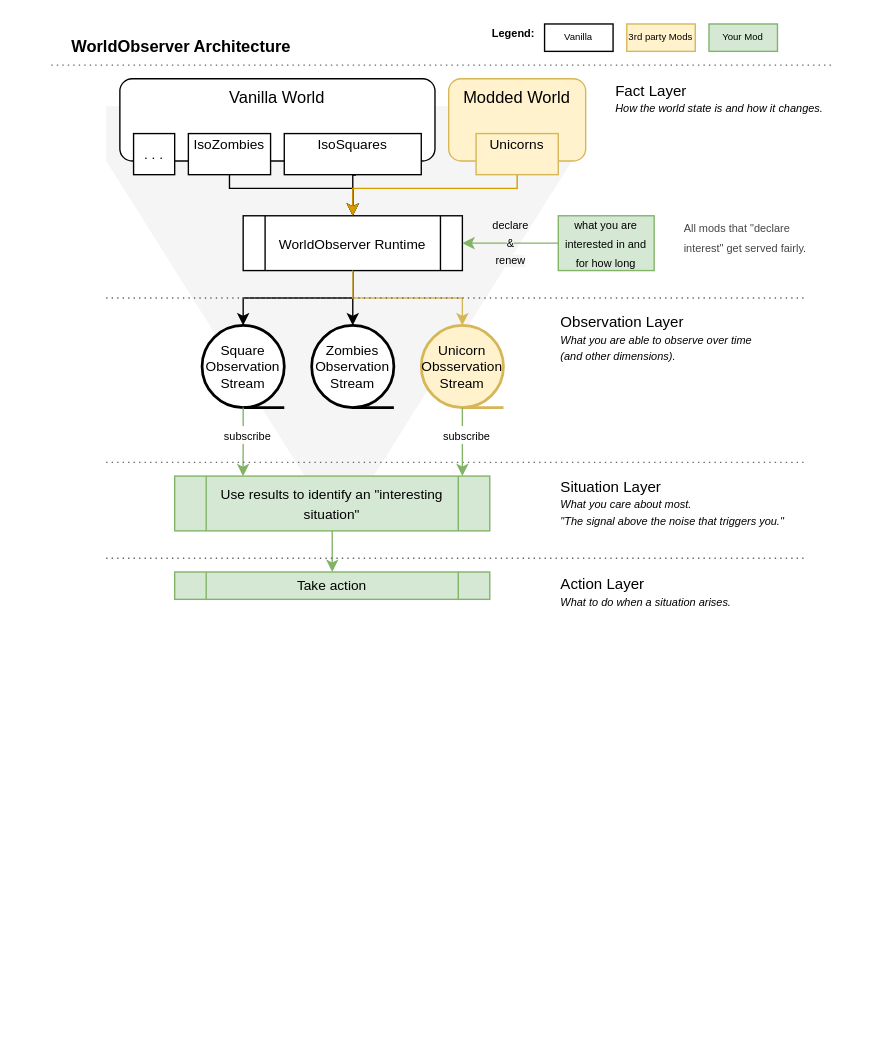
Above: docs/diagrams/architecture_simple.drawio in christophstrasen/WorldObserver (draw.io), before the change. Source tidied: cells renumbered, new cells numbered last; positions are measured from the earlier drawing's top-left corner, leaving out a move shared by most shapes. Both pictures are drawn from the tidied source at 137%, with x=0, y=0 at pixel (51, 23).
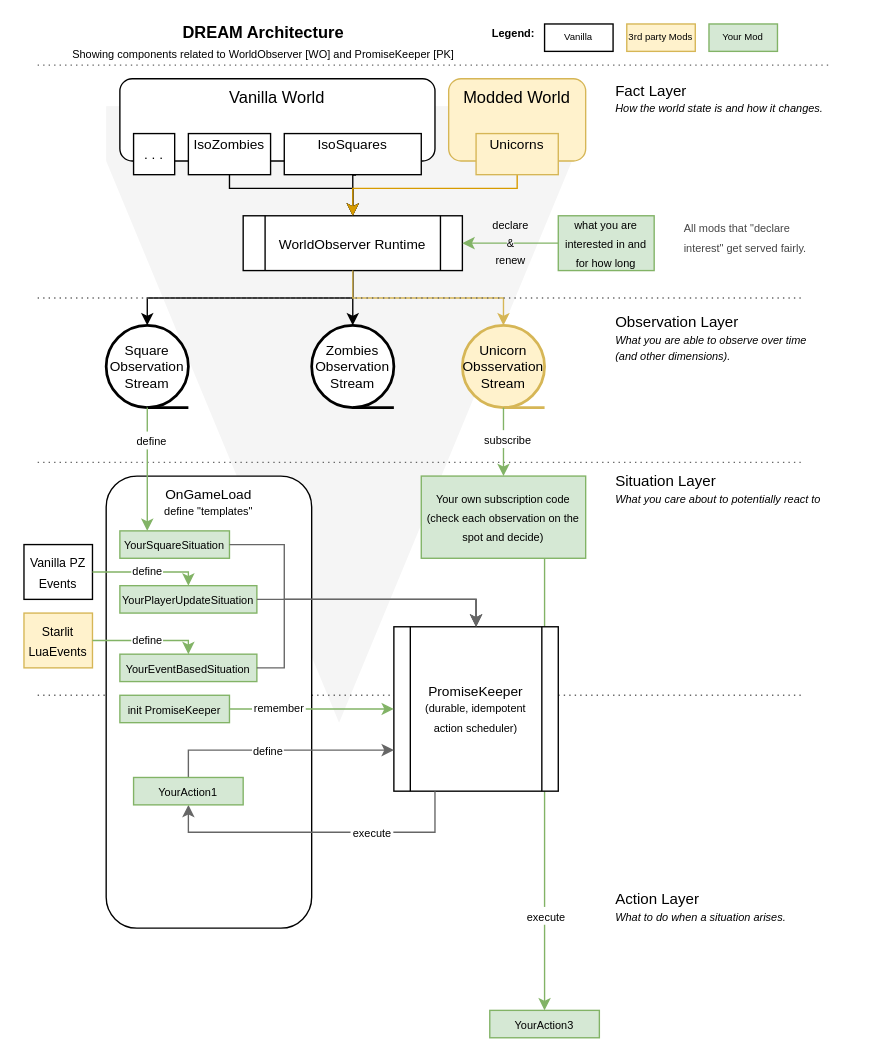
Above is the later version.

Unchanged cells that the change refers to:
```xml
<mxCell id="13" value="&lt;div style=&quot;line-height: 100%;&quot;&gt;&lt;div&gt;&lt;span style=&quot;background-color: transparent; color: light-dark(rgb(0, 0, 0), rgb(255, 255, 255));&quot;&gt;&lt;font style=&quot;font-size: 10px; line-height: 100%;&quot;&gt;WorldObserver Runtime&lt;/font&gt;&lt;/span&gt;&lt;/div&gt;&lt;/div&gt;" style="shape=process;whiteSpace=wrap;html=1;backgroundOutline=1;" parent="1" vertex="1">
  <mxGeometry x="140" y="140" width="160" height="40" as="geometry" />
</mxCell>
```

Change to the diagram source:
```diff
@@
     <mxCell id="3" style="shape=trapezoid;perimeter=trapezoidPerimeter;whiteSpace=wrap;html=1;fixedSize=1;rotation=-180;fillColor=#f5f5f5;fontColor=#333333;strokeColor=none;size=200;" parent="1" vertex="1">
-      <mxGeometry x="40" y="100" width="340" height="270" as="geometry" />
+      <mxGeometry x="40" y="100" width="340" height="410" as="geometry" />
     </mxCell>
-    <mxCell id="4" value="&lt;b&gt;WorldObserver Architecture&lt;/b&gt;" style="text;html=1;align=center;verticalAlign=top;whiteSpace=wrap;rounded=0;spacingBottom=0;spacingTop=-7;" parent="1" vertex="1">
-      <mxGeometry y="10" width="190" height="20" as="geometry" />
-    </mxCell>
@@
     <mxCell id="7" value="&lt;font style=&quot;font-size: 11px;&quot;&gt;Observation Layer&lt;/font&gt;&lt;div&gt;&lt;i&gt;&lt;font style=&quot;font-size: 8px;&quot;&gt;What you are able to observe&amp;nbsp;&lt;/font&gt;&lt;span style=&quot;font-size: 8px; background-color: transparent; color: light-dark(rgb(0, 0, 0), rgb(255, 255, 255));&quot;&gt;over time&lt;br&gt;(and other dimensions).&lt;/span&gt;&lt;/i&gt;&lt;/div&gt;" style="text;html=1;align=left;verticalAlign=middle;whiteSpace=wrap;rounded=0;fontSize=10;" parent="1" vertex="1">
-      <mxGeometry x="370" y="210" width="180" height="40" as="geometry" />
+      <mxGeometry x="410" y="210" width="180" height="40" as="geometry" />
     </mxCell>
-    <mxCell id="8" value="&lt;font style=&quot;font-size: 11px;&quot;&gt;Situation Layer&lt;/font&gt;&lt;div&gt;&lt;span style=&quot;font-size: 8px;&quot;&gt;&lt;i&gt;What you care about most.&lt;/i&gt;&lt;/span&gt;&lt;/div&gt;&lt;div&gt;&lt;span style=&quot;font-size: 8px;&quot;&gt;&lt;i&gt;&quot;The signal above the noise that triggers you.&quot;&lt;/i&gt;&lt;/span&gt;&lt;/div&gt;" style="text;html=1;align=left;verticalAlign=middle;whiteSpace=wrap;rounded=0;fontSize=10;" parent="1" vertex="1">
-      <mxGeometry x="370" y="330" width="180" height="40" as="geometry" />
+    <mxCell id="8" value="&lt;font style=&quot;font-size: 11px;&quot;&gt;Situation Layer&lt;/font&gt;&lt;div&gt;&lt;span style=&quot;font-size: 8px;&quot;&gt;&lt;i&gt;What you care about to potentially react to&lt;/i&gt;&lt;/span&gt;&lt;/div&gt;" style="text;html=1;align=left;verticalAlign=middle;whiteSpace=wrap;rounded=0;fontSize=10;" parent="1" vertex="1">
+      <mxGeometry x="410" y="320" width="180" height="40" as="geometry" />
     </mxCell>
     <mxCell id="9" value="&lt;font style=&quot;font-size: 11px;&quot;&gt;Action Layer&lt;/font&gt;&lt;div&gt;&lt;span style=&quot;font-size: 8px;&quot;&gt;&lt;i&gt;What to do when a situation arises.&lt;/i&gt;&lt;/span&gt;&lt;/div&gt;" style="text;html=1;align=left;verticalAlign=middle;whiteSpace=wrap;rounded=0;fontSize=10;" parent="1" vertex="1">
-      <mxGeometry x="370" y="400" width="170" height="30" as="geometry" />
+      <mxGeometry x="410" y="630" width="170" height="30" as="geometry" />
     </mxCell>
@@
-    <mxCell id="16" value="&lt;div&gt;&lt;span style=&quot;font-size: 10px;&quot;&gt;Use results to&amp;nbsp;&lt;/span&gt;&lt;span style=&quot;font-size: 10px; background-color: transparent; color: light-dark(rgb(0, 0, 0), rgb(255, 255, 255));&quot;&gt;identify&amp;nbsp;&lt;/span&gt;&lt;span style=&quot;font-size: 10px; background-color: transparent; color: light-dark(rgb(0, 0, 0), rgb(255, 255, 255));&quot;&gt;an &quot;interesting situation&quot;&lt;/span&gt;&lt;/div&gt;" style="shape=process;whiteSpace=wrap;html=1;backgroundOutline=1;fillColor=#d5e8d4;strokeColor=#82b366;" parent="1" vertex="1">
-      <mxGeometry x="90" y="330" width="230" height="40" as="geometry" />
-    </mxCell>
@@
     <mxCell id="22" value="&lt;font&gt;Square&lt;/font&gt;&lt;div&gt;&lt;font&gt;Observation Stream&lt;/font&gt;&lt;/div&gt;" style="strokeWidth=2;html=1;shape=mxgraph.flowchart.sequential_data;whiteSpace=wrap;fontSize=10;" parent="1" vertex="1">
-      <mxGeometry x="110" y="220" width="60" height="60" as="geometry" />
+      <mxGeometry x="40" y="220" width="60" height="60" as="geometry" />
     </mxCell>
     <mxCell id="23" style="edgeStyle=orthogonalEdgeStyle;rounded=0;jettySize=auto;html=1;exitX=0.5;exitY=1;exitDx=0;exitDy=0;entryX=0.5;entryY=0;entryDx=0;entryDy=0;entryPerimeter=0;" parent="1" edge="1" source="13" target="22">
       <mxGeometry relative="1" as="geometry">
         <Array as="points">
           <mxPoint x="220" y="200" />
-          <mxPoint x="140" y="200" />
+          <mxPoint x="70" y="200" />
         </Array>
       </mxGeometry>
     </mxCell>
     <mxCell id="24" value="&lt;font&gt;Unicorn&lt;/font&gt;&lt;div&gt;&lt;span&gt;Obsservation&lt;/span&gt;&lt;/div&gt;&lt;div&gt;&lt;span&gt;Stream&lt;/span&gt;&lt;/div&gt;" style="strokeWidth=2;html=1;shape=mxgraph.flowchart.sequential_data;whiteSpace=wrap;fillColor=#fff2cc;strokeColor=#d6b656;fontSize=10;" parent="1" vertex="1">
-      <mxGeometry x="270" y="220" width="60" height="60" as="geometry" />
+      <mxGeometry x="300" y="220" width="60" height="60" as="geometry" />
     </mxCell>
     <mxCell id="25" style="edgeStyle=orthogonalEdgeStyle;rounded=0;jettySize=auto;html=1;entryX=0.5;entryY=0;entryDx=0;entryDy=0;entryPerimeter=0;strokeColor=#d6b656;fillColor=#fff2cc;" parent="1" edge="1" target="24">
       <mxGeometry relative="1" as="geometry">
         <mxPoint x="220" y="180" as="sourcePoint" />
         <Array as="points">
           <mxPoint x="220" y="200" />
-          <mxPoint x="300" y="200" />
+          <mxPoint x="330" y="200" />
         </Array>
       </mxGeometry>
     </mxCell>
-    <mxCell id="26" style="edgeStyle=orthogonalEdgeStyle;rounded=0;jettySize=auto;html=1;exitX=0.5;exitY=1;exitDx=0;exitDy=0;exitPerimeter=0;strokeColor=#82b366;fillColor=#d5e8d4;entryX=0.217;entryY=0.003;entryDx=0;entryDy=0;entryPerimeter=0;" parent="1" edge="1" source="22" target="16">
-      <mxGeometry relative="1" as="geometry" />
-    </mxCell>
-    <mxCell id="27" value="&lt;font style=&quot;font-size: 8px;&quot;&gt;subscribe&lt;/font&gt;" style="edgeLabel;html=1;align=center;verticalAlign=middle;labelBackgroundColor=default;" parent="26" vertex="1">
-      <mxGeometry x="-0.23" y="2" relative="1" as="geometry" />
-    </mxCell>
-    <mxCell id="28" value="&lt;div&gt;&lt;span style=&quot;font-size: 10px;&quot;&gt;Take action&lt;/span&gt;&lt;/div&gt;" style="shape=process;whiteSpace=wrap;html=1;backgroundOutline=1;fillColor=#d5e8d4;strokeColor=#82b366;" parent="1" vertex="1">
-      <mxGeometry x="90" y="400" width="230" height="20" as="geometry" />
-    </mxCell>
@@
-    <mxCell id="33" style="edgeStyle=orthogonalEdgeStyle;rounded=0;jettySize=auto;html=1;exitX=0.5;exitY=1;exitDx=0;exitDy=0;entryX=0.5;entryY=0;entryDx=0;entryDy=0;fillColor=#d5e8d4;strokeColor=#82b366;" parent="1" edge="1" source="16" target="28">
-      <mxGeometry relative="1" as="geometry" />
-    </mxCell>
     <mxCell id="34" style="endArrow=none;dashed=1;html=1;dashPattern=1 3;strokeWidth=1;rounded=0;fillColor=#f5f5f5;strokeColor=#666666;" parent="1" edge="1">
       <mxGeometry relative="1" as="geometry">
-        <mxPoint x="40" y="200" as="sourcePoint" />
+        <mxPoint x="-10" y="200" as="sourcePoint" />
         <mxPoint x="550" y="200" as="targetPoint" />
       </mxGeometry>
     </mxCell>
     <mxCell id="35" style="endArrow=none;dashed=1;html=1;dashPattern=1 3;strokeWidth=1;rounded=0;fillColor=#f5f5f5;strokeColor=#666666;" parent="1" edge="1">
       <mxGeometry relative="1" as="geometry">
-        <mxPoint x="40" y="320" as="sourcePoint" />
+        <mxPoint x="-10" y="320" as="sourcePoint" />
         <mxPoint x="550" y="320" as="targetPoint" />
       </mxGeometry>
     </mxCell>
     <mxCell id="36" style="endArrow=none;dashed=1;html=1;dashPattern=1 3;strokeWidth=1;rounded=0;fillColor=#f5f5f5;strokeColor=#666666;" parent="1" edge="1">
       <mxGeometry relative="1" as="geometry">
-        <mxPoint x="40" y="390" as="sourcePoint" />
-        <mxPoint x="550" y="390" as="targetPoint" />
+        <mxPoint x="-10" y="490" as="sourcePoint" />
+        <mxPoint x="550" y="490" as="targetPoint" />
       </mxGeometry>
     </mxCell>
     <mxCell id="37" style="endArrow=none;dashed=1;html=1;dashPattern=1 3;strokeWidth=1;rounded=0;fillColor=#f5f5f5;strokeColor=#666666;" parent="1" edge="1">
       <mxGeometry relative="1" as="geometry">
-        <mxPoint y="30" as="sourcePoint" />
+        <mxPoint x="-10" y="30" as="sourcePoint" />
         <mxPoint x="570" y="30" as="targetPoint" />
       </mxGeometry>
     </mxCell>
@@
-    <mxCell id="42" style="edgeStyle=orthogonalEdgeStyle;rounded=0;orthogonalLoop=1;jettySize=auto;html=1;exitX=0.5;exitY=1;exitDx=0;exitDy=0;exitPerimeter=0;strokeColor=#82b366;fillColor=#d5e8d4;entryX=0.217;entryY=0.003;entryDx=0;entryDy=0;entryPerimeter=0;" parent="1" edge="1">
-      <mxGeometry relative="1" as="geometry">
-        <mxPoint x="300" y="280" as="sourcePoint" />
-        <mxPoint x="300" y="330" as="targetPoint" />
-      </mxGeometry>
+    <mxCell id="42" style="edgeStyle=orthogonalEdgeStyle;rounded=0;jettySize=auto;html=1;exitX=0.5;exitY=1;exitDx=0;exitDy=0;exitPerimeter=0;strokeColor=#82b366;fillColor=#d5e8d4;entryX=0.5;entryY=0;entryDx=0;entryDy=0;" parent="1" edge="1" source="24" target="44">
+      <mxGeometry relative="1" as="geometry" />
     </mxCell>
     <mxCell id="43" value="&lt;font style=&quot;font-size: 8px;&quot;&gt;subscribe&lt;/font&gt;" style="edgeLabel;html=1;align=center;verticalAlign=middle;labelBackgroundColor=default;" parent="42" vertex="1">
-      <mxGeometry x="-0.23" y="2" relative="1" as="geometry" />
+      <mxGeometry x="-0.23" y="2" relative="1" as="geometry">
+        <mxPoint y="3" as="offset" />
+      </mxGeometry>
     </mxCell>
+    <mxCell id="44" value="&lt;div style=&quot;line-height: 100%;&quot;&gt;&lt;font style=&quot;&quot;&gt;&lt;font style=&quot;font-size: 8px;&quot;&gt;Your own subscription code&lt;/font&gt;&lt;/font&gt;&lt;/div&gt;&lt;div style=&quot;line-height: 100%;&quot;&gt;&lt;font style=&quot;&quot;&gt;&lt;font style=&quot;font-size: 8px;&quot;&gt;(check each observation on the spot and decide)&lt;/font&gt;&lt;/font&gt;&lt;/div&gt;" style="rounded=0;whiteSpace=wrap;html=1;fillColor=#d5e8d4;strokeColor=#82b366;" parent="1" vertex="1">
+      <mxGeometry x="270" y="330" width="120" height="60" as="geometry" />
+    </mxCell>
+    <mxCell id="45" value="&lt;div style=&quot;line-height: 100%;&quot;&gt;&lt;font style=&quot;&quot;&gt;&lt;font style=&quot;font-size: 8px;&quot;&gt;&lt;span style=&quot;background-color: transparent; color: light-dark(rgb(0, 0, 0), rgb(255, 255, 255));&quot;&gt;Your&lt;/span&gt;Action3&lt;/font&gt;&lt;/font&gt;&lt;/div&gt;" style="rounded=0;whiteSpace=wrap;html=1;fillColor=#d5e8d4;strokeColor=#82b366;" parent="1" vertex="1">
+      <mxGeometry x="320" y="720" width="80" height="20" as="geometry" />
+    </mxCell>
+    <mxCell id="46" style="edgeStyle=orthogonalEdgeStyle;rounded=0;jettySize=auto;html=1;strokeColor=#82b366;fillColor=#d5e8d4;exitX=0.75;exitY=1;exitDx=0;exitDy=0;" parent="1" edge="1" source="44">
+      <mxGeometry relative="1" as="geometry">
+        <mxPoint x="360" y="720" as="targetPoint" />
+        <Array as="points">
+          <mxPoint x="360" y="720" />
+        </Array>
+      </mxGeometry>
+    </mxCell>
+    <mxCell id="47" value="&lt;font style=&quot;font-size: 8px;&quot;&gt;execute&lt;/font&gt;" style="edgeLabel;html=1;align=center;verticalAlign=middle;labelBorderColor=none;labelBackgroundColor=#FFFFFF;" parent="46" vertex="1">
+      <mxGeometry x="0.78" relative="1" as="geometry">
+        <mxPoint y="-34" as="offset" />
+      </mxGeometry>
+    </mxCell>
+    <mxCell id="48" value="&lt;div style=&quot;line-height: 100%;&quot;&gt;&lt;div&gt;&lt;span style=&quot;font-size: 10px; background-color: transparent; color: light-dark(rgb(0, 0, 0), rgb(255, 255, 255)); line-height: 100%;&quot;&gt;OnGameLoad&lt;/span&gt;&lt;/div&gt;&lt;div&gt;&lt;span style=&quot;background-color: light-dark(#ffffff, var(--ge-dark-color, #121212));&quot;&gt;&lt;font style=&quot;font-size: 8px; line-height: 100%;&quot;&gt;&lt;span style=&quot;color: light-dark(rgb(0, 0, 0), rgb(255, 255, 255));&quot;&gt;define&amp;nbsp;&lt;/span&gt;&lt;/font&gt;&lt;/span&gt;&lt;span style=&quot;background-color: light-dark(#ffffff, var(--ge-dark-color, #121212)); color: light-dark(rgb(0, 0, 0), rgb(255, 255, 255)); font-size: 8px;&quot;&gt;&quot;templates&quot;&lt;/span&gt;&lt;/div&gt;&lt;/div&gt;" style="rounded=1;whiteSpace=wrap;html=1;verticalAlign=top;align=center;" parent="1" vertex="1">
+      <mxGeometry x="40" y="330" width="150" height="330" as="geometry" />
+    </mxCell>
+    <mxCell id="49" value="&lt;div style=&quot;line-height: 100%;&quot;&gt;&lt;font style=&quot;&quot;&gt;&lt;font style=&quot;font-size: 8px;&quot;&gt;YourSquareSituation&lt;/font&gt;&lt;/font&gt;&lt;/div&gt;" style="rounded=0;whiteSpace=wrap;html=1;fillColor=#d5e8d4;strokeColor=#82b366;" parent="1" vertex="1">
+      <mxGeometry x="50" y="370" width="80" height="20" as="geometry" />
+    </mxCell>
+    <mxCell id="26" style="edgeStyle=orthogonalEdgeStyle;rounded=0;jettySize=auto;html=1;exitX=0.5;exitY=1;exitDx=0;exitDy=0;exitPerimeter=0;strokeColor=#82b366;fillColor=#d5e8d4;entryX=0.25;entryY=0;entryDx=0;entryDy=0;" parent="1" edge="1" source="22" target="49">
+      <mxGeometry relative="1" as="geometry" />
+    </mxCell>
+    <mxCell id="27" value="&lt;font style=&quot;font-size: 8px;&quot;&gt;define&lt;/font&gt;" style="edgeLabel;html=1;align=center;verticalAlign=middle;labelBackgroundColor=default;" parent="26" vertex="1">
+      <mxGeometry x="-0.23" y="2" relative="1" as="geometry">
+        <mxPoint y="-12" as="offset" />
+      </mxGeometry>
+    </mxCell>
+    <mxCell id="50" value="&lt;div&gt;&lt;font style=&quot;font-size: 9px;&quot;&gt;Vanilla PZ Events&lt;/font&gt;&lt;/div&gt;" style="rounded=0;whiteSpace=wrap;html=1;" parent="1" vertex="1">
+      <mxGeometry x="-20" y="380" width="50" height="40" as="geometry" />
+    </mxCell>
+    <mxCell id="51" value="&lt;div&gt;&lt;font style=&quot;font-size: 9px;&quot;&gt;Starlit LuaEvents&lt;/font&gt;&lt;/div&gt;" style="rounded=0;whiteSpace=wrap;html=1;fillColor=#fff2cc;strokeColor=#d6b656;" parent="1" vertex="1">
+      <mxGeometry x="-20" y="430" width="50" height="40" as="geometry" />
+    </mxCell>
+    <mxCell id="52" value="&lt;div style=&quot;line-height: 100%;&quot;&gt;&lt;font style=&quot;font-size: 8px;&quot;&gt;&lt;font style=&quot;&quot;&gt;&lt;font style=&quot;&quot;&gt;&lt;span style=&quot;background-color: transparent; color: light-dark(rgb(0, 0, 0), rgb(255, 255, 255));&quot;&gt;Your&lt;/span&gt;Player&lt;/font&gt;&lt;/font&gt;&lt;span style=&quot;background-color: transparent; color: light-dark(rgb(0, 0, 0), rgb(255, 255, 255));&quot;&gt;UpdateSituation&lt;/span&gt;&lt;/font&gt;&lt;/div&gt;" style="rounded=0;whiteSpace=wrap;html=1;fillColor=#d5e8d4;strokeColor=#82b366;" parent="1" vertex="1">
+      <mxGeometry x="50" y="410" width="100" height="20" as="geometry" />
+    </mxCell>
+    <mxCell id="53" value="&lt;div style=&quot;line-height: 100%;&quot;&gt;&lt;font style=&quot;font-size: 8px;&quot;&gt;&lt;font style=&quot;&quot;&gt;&lt;font style=&quot;&quot;&gt;&lt;span style=&quot;background-color: transparent; color: light-dark(rgb(0, 0, 0), rgb(255, 255, 255));&quot;&gt;Your&lt;/span&gt;EventBased&lt;/font&gt;&lt;/font&gt;&lt;span style=&quot;background-color: transparent; color: light-dark(rgb(0, 0, 0), rgb(255, 255, 255));&quot;&gt;Situation&lt;/span&gt;&lt;/font&gt;&lt;/div&gt;" style="rounded=0;whiteSpace=wrap;html=1;fillColor=#d5e8d4;strokeColor=#82b366;" parent="1" vertex="1">
+      <mxGeometry x="50" y="460" width="100" height="20" as="geometry" />
+    </mxCell>
+    <mxCell id="54" style="edgeStyle=orthogonalEdgeStyle;rounded=0;jettySize=auto;html=1;exitX=1;exitY=0.5;exitDx=0;exitDy=0;strokeColor=#82b366;fillColor=#d5e8d4;entryX=0.5;entryY=0;entryDx=0;entryDy=0;" parent="1" edge="1" source="50" target="52">
+      <mxGeometry relative="1" as="geometry">
+        <Array as="points">
+          <mxPoint x="100" y="400" />
+        </Array>
+      </mxGeometry>
+    </mxCell>
+    <mxCell id="55" value="&lt;span style=&quot;font-size: 8px;&quot;&gt;define&lt;/span&gt;" style="edgeLabel;html=1;align=center;verticalAlign=middle;spacing=-3;spacingBottom=6;spacingRight=0;labelBorderColor=#FFFFFF;labelBackgroundColor=#FFFFFF;spacingTop=-9;" parent="54" vertex="1">
+      <mxGeometry x="0.05" relative="1" as="geometry">
+        <mxPoint x="-3" y="6" as="offset" />
+      </mxGeometry>
+    </mxCell>
+    <mxCell id="56" style="edgeStyle=orthogonalEdgeStyle;rounded=0;jettySize=auto;html=1;strokeColor=#82b366;fillColor=#d5e8d4;entryX=0.5;entryY=0;entryDx=0;entryDy=0;" parent="1" edge="1" target="53">
+      <mxGeometry relative="1" as="geometry">
+        <mxPoint x="30" y="450" as="sourcePoint" />
+        <Array as="points">
+          <mxPoint x="100" y="450" />
+        </Array>
+      </mxGeometry>
+    </mxCell>
+    <mxCell id="57" value="&lt;span style=&quot;font-size: 8px;&quot;&gt;define&lt;/span&gt;" style="edgeLabel;html=1;align=center;verticalAlign=middle;spacing=-3;spacingBottom=6;spacingRight=0;labelBorderColor=#FFFFFF;labelBackgroundColor=#FFFFFF;spacingTop=-9;" parent="56" vertex="1">
+      <mxGeometry x="0.05" relative="1" as="geometry">
+        <mxPoint x="-3" y="6" as="offset" />
+      </mxGeometry>
+    </mxCell>
+    <mxCell id="58" value="&lt;b&gt;DREAM Architecture&lt;/b&gt;&lt;div&gt;&lt;font style=&quot;font-size: 8px;&quot;&gt;Showing components related to WorldObserver [WO] and PromiseKeeper [PK]&lt;/font&gt;&lt;/div&gt;" style="text;html=1;align=center;verticalAlign=top;whiteSpace=wrap;rounded=0;spacingBottom=0;spacingTop=-7;" parent="1" vertex="1">
+      <mxGeometry width="310" height="30" as="geometry" />
+    </mxCell>
+    <mxCell id="59" value="&lt;div style=&quot;line-height: 100%;&quot;&gt;&lt;div&gt;&lt;span style=&quot;background-color: transparent; color: light-dark(rgb(0, 0, 0), rgb(255, 255, 255));&quot;&gt;&lt;font style=&quot;font-size: 10px; line-height: 100%;&quot;&gt;PromiseKeeper&lt;/font&gt;&lt;/span&gt;&lt;/div&gt;&lt;div&gt;&lt;span style=&quot;background-color: transparent; color: light-dark(rgb(0, 0, 0), rgb(255, 255, 255));&quot;&gt;&lt;font style=&quot;font-size: 8px; line-height: 100%;&quot;&gt;(&lt;/font&gt;&lt;/span&gt;&lt;span style=&quot;background-color: transparent; font-size: 8px;&quot;&gt;durable, idempotent action scheduler&lt;/span&gt;&lt;span style=&quot;font-size: 8px; background-color: transparent; color: light-dark(rgb(0, 0, 0), rgb(255, 255, 255));&quot;&gt;)&lt;/span&gt;&lt;/div&gt;&lt;/div&gt;" style="shape=process;whiteSpace=wrap;html=1;backgroundOutline=1;" parent="1" vertex="1">
+      <mxGeometry x="250" y="440" width="120" height="120" as="geometry" />
+    </mxCell>
+    <mxCell id="60" value="&lt;div style=&quot;line-height: 100%;&quot;&gt;&lt;span style=&quot;font-size: 8px;&quot;&gt;init PromiseKeeper&lt;/span&gt;&lt;/div&gt;" style="rounded=0;whiteSpace=wrap;html=1;fillColor=#d5e8d4;strokeColor=#82b366;" parent="1" vertex="1">
+      <mxGeometry x="50" y="490" width="80" height="20" as="geometry" />
+    </mxCell>
+    <mxCell id="61" style="edgeStyle=orthogonalEdgeStyle;rounded=0;jettySize=auto;html=1;exitX=1;exitY=0.5;exitDx=0;exitDy=0;strokeColor=#82b366;fillColor=#d5e8d4;entryX=0;entryY=0.5;entryDx=0;entryDy=0;" parent="1" edge="1" source="60" target="59">
+      <mxGeometry relative="1" as="geometry" />
+    </mxCell>
+    <mxCell id="62" value="&lt;span style=&quot;font-size: 8px;&quot;&gt;remember&lt;/span&gt;" style="edgeLabel;html=1;align=center;verticalAlign=middle;spacing=-3;spacingBottom=6;spacingRight=0;labelBorderColor=#FFFFFF;labelBackgroundColor=#FFFFFF;spacingTop=-9;" parent="61" vertex="1">
+      <mxGeometry x="0.05" relative="1" as="geometry">
+        <mxPoint x="-28" y="6" as="offset" />
+      </mxGeometry>
+    </mxCell>
+    <mxCell id="63" style="edgeStyle=orthogonalEdgeStyle;rounded=0;jettySize=auto;html=1;exitX=1;exitY=0.5;exitDx=0;exitDy=0;fillColor=#f5f5f5;strokeColor=#666666;entryX=0.5;entryY=0;entryDx=0;entryDy=0;" parent="1" edge="1" source="52" target="59">
+      <mxGeometry relative="1" as="geometry">
+        <Array as="points">
+          <mxPoint x="310" y="420" />
+        </Array>
+      </mxGeometry>
+    </mxCell>
+    <mxCell id="64" style="edgeStyle=orthogonalEdgeStyle;rounded=0;jettySize=auto;html=1;exitX=1;exitY=0.5;exitDx=0;exitDy=0;fillColor=#f5f5f5;strokeColor=#666666;entryX=0.5;entryY=0;entryDx=0;entryDy=0;" parent="1" edge="1" source="53" target="59">
+      <mxGeometry relative="1" as="geometry">
+        <Array as="points">
+          <mxPoint x="170" y="470" />
+          <mxPoint x="170" y="420" />
+          <mxPoint x="310" y="420" />
+        </Array>
+      </mxGeometry>
+    </mxCell>
+    <mxCell id="65" style="edgeStyle=orthogonalEdgeStyle;rounded=0;jettySize=auto;html=1;exitX=1;exitY=0.5;exitDx=0;exitDy=0;fillColor=#f5f5f5;strokeColor=#666666;entryX=0.5;entryY=0;entryDx=0;entryDy=0;" parent="1" edge="1" source="49" target="59">
+      <mxGeometry relative="1" as="geometry">
+        <Array as="points">
+          <mxPoint x="170" y="380" />
+          <mxPoint x="170" y="420" />
+          <mxPoint x="310" y="420" />
+        </Array>
+      </mxGeometry>
+    </mxCell>
+    <mxCell id="66" value="&lt;div style=&quot;line-height: 60%;&quot;&gt;&lt;br&gt;&lt;/div&gt;" style="edgeLabel;html=1;align=center;verticalAlign=middle;" parent="65" vertex="1">
+      <mxGeometry x="-0.26" y="-1" relative="1" as="geometry" />
+    </mxCell>
+    <mxCell id="67" value="&lt;div style=&quot;line-height: 50%;&quot;&gt;&lt;br&gt;&lt;/div&gt;" style="edgeLabel;html=1;align=center;verticalAlign=middle;labelBackgroundColor=#F5F5F5;spacingBottom=0;spacingTop=-2;textOpacity=80;" parent="65" vertex="1">
+      <mxGeometry x="-0.26" relative="1" as="geometry">
+        <mxPoint y="7" as="offset" />
+      </mxGeometry>
+    </mxCell>
+    <mxCell id="68" style="edgeStyle=orthogonalEdgeStyle;rounded=0;jettySize=auto;html=1;entryX=0.5;entryY=1;entryDx=0;entryDy=0;fillColor=#f5f5f5;strokeColor=#666666;" parent="1" edge="1" target="72">
+      <mxGeometry relative="1" as="geometry">
+        <mxPoint x="280" y="560" as="sourcePoint" />
+        <Array as="points">
+          <mxPoint x="280" y="590" />
+          <mxPoint x="100" y="590" />
+        </Array>
+      </mxGeometry>
+    </mxCell>
+    <mxCell id="69" value="&lt;font style=&quot;font-size: 8px;&quot;&gt;execute&lt;/font&gt;" style="edgeLabel;html=1;align=center;verticalAlign=middle;labelBorderColor=#FFFFFF;" parent="68" vertex="1">
+      <mxGeometry x="-0.35" relative="1" as="geometry">
+        <mxPoint x="-2" y="-1" as="offset" />
+      </mxGeometry>
+    </mxCell>
+    <mxCell id="70" style="edgeStyle=orthogonalEdgeStyle;rounded=0;jettySize=auto;html=1;exitX=0.5;exitY=0;exitDx=0;exitDy=0;fillColor=#f5f5f5;strokeColor=#666666;entryX=0;entryY=0.75;entryDx=0;entryDy=0;" parent="1" edge="1" source="72" target="59">
+      <mxGeometry relative="1" as="geometry">
+        <Array as="points">
+          <mxPoint x="100" y="530" />
+        </Array>
+      </mxGeometry>
+    </mxCell>
+    <mxCell id="71" value="&lt;font style=&quot;font-size: 8px;&quot;&gt;define&lt;/font&gt;" style="edgeLabel;html=1;align=center;verticalAlign=middle;labelBorderColor=#FFFFFF;" parent="70" vertex="1">
+      <mxGeometry x="-0.09" y="1" relative="1" as="geometry" />
+    </mxCell>
+    <mxCell id="72" value="&lt;div style=&quot;line-height: 100%;&quot;&gt;&lt;font style=&quot;&quot;&gt;&lt;font style=&quot;font-size: 8px;&quot;&gt;&lt;span style=&quot;background-color: transparent; color: light-dark(rgb(0, 0, 0), rgb(255, 255, 255));&quot;&gt;Your&lt;/span&gt;Action1&lt;/font&gt;&lt;/font&gt;&lt;/div&gt;" style="rounded=0;whiteSpace=wrap;html=1;fillColor=#d5e8d4;strokeColor=#82b366;" parent="1" vertex="1">
+      <mxGeometry x="60" y="550" width="80" height="20" as="geometry" />
+    </mxCell>
```
